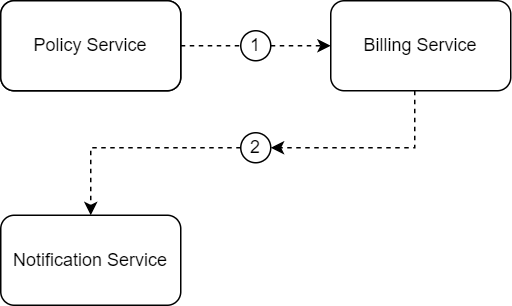
danieland2606/Bachelorprojekt keeps this draw.io diagram as EDA/UML/Architekturentscheidungen/VertragEmail/EDAVertragEmailLösung1.drawio.png. Above is the earlier version. Source tidied: cells renumbered, new cells last; positions are measured from the earlier drawing's top-left corner, leaving out a move shared by most shapes. Source of this version:
```xml
<mxGraphModel>
  <root>
    <mxCell id="0" />
    <mxCell id="1" parent="0" />
    <mxCell id="2" style="edgeStyle=orthogonalEdgeStyle;rounded=0;jettySize=auto;html=1;dashed=1;entryX=0.5;entryY=0;entryDx=0;entryDy=0;" parent="1" edge="1" source="8" target="5">
      <mxGeometry relative="1" as="geometry" />
    </mxCell>
    <mxCell id="3" style="edgeStyle=orthogonalEdgeStyle;rounded=0;jettySize=auto;html=1;dashed=1;" parent="1" edge="1" source="10" target="7">
      <mxGeometry relative="1" as="geometry" />
    </mxCell>
    <mxCell id="4" value="Policy Service" style="rounded=1;whiteSpace=wrap;html=1;" parent="1" vertex="1">
      <mxGeometry width="120" height="60" as="geometry" />
    </mxCell>
    <mxCell id="5" value="Notification Service" style="rounded=1;whiteSpace=wrap;html=1;" parent="1" vertex="1">
      <mxGeometry y="143" width="120" height="60" as="geometry" />
    </mxCell>
    <mxCell id="6" style="edgeStyle=orthogonalEdgeStyle;rounded=0;jettySize=auto;html=1;entryX=1;entryY=0.5;entryDx=0;entryDy=0;dashed=1;" parent="1" edge="1" source="7" target="8">
      <mxGeometry relative="1" as="geometry">
        <Array as="points">
          <mxPoint x="276" y="98" />
        </Array>
      </mxGeometry>
    </mxCell>
    <mxCell id="7" value="Billing Service" style="rounded=1;whiteSpace=wrap;html=1;" parent="1" vertex="1">
      <mxGeometry x="220" width="120" height="60" as="geometry" />
    </mxCell>
    <mxCell id="8" value="2" style="ellipse;whiteSpace=wrap;html=1;" parent="1" vertex="1">
      <mxGeometry x="160" y="88" width="20" height="20" as="geometry" />
    </mxCell>
    <mxCell id="9" style="edgeStyle=orthogonalEdgeStyle;rounded=0;jettySize=auto;html=1;dashed=1;endArrow=none;endFill=0;" parent="1" edge="1" source="4" target="10">
      <mxGeometry relative="1" as="geometry" />
    </mxCell>
    <mxCell id="10" value="1" style="ellipse;whiteSpace=wrap;html=1;" parent="1" vertex="1">
      <mxGeometry x="160" y="20" width="20" height="20" as="geometry" />
    </mxCell>
    <mxCell id="11" value="Policy Service" style="rounded=1;whiteSpace=wrap;html=1;" parent="1" vertex="1">
      <mxGeometry width="120" height="60" as="geometry" />
    </mxCell>
  </root>
</mxGraphModel>
```
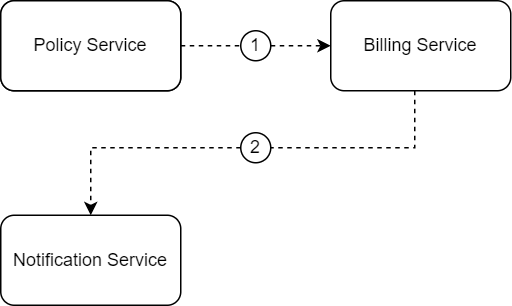
Above is the later version.

Commit message:
Pfeil entfernt

Change to the diagram source:
```diff
@@ -14,7 +14,7 @@
     <mxCell id="5" value="Notification Service" style="rounded=1;whiteSpace=wrap;html=1;" parent="1" vertex="1">
       <mxGeometry y="143" width="120" height="60" as="geometry" />
     </mxCell>
-    <mxCell id="6" style="edgeStyle=orthogonalEdgeStyle;rounded=0;jettySize=auto;html=1;entryX=1;entryY=0.5;entryDx=0;entryDy=0;dashed=1;" parent="1" edge="1" source="7" target="8">
+    <mxCell id="6" style="edgeStyle=orthogonalEdgeStyle;rounded=0;jettySize=auto;html=1;entryX=1;entryY=0.5;entryDx=0;entryDy=0;dashed=1;endArrow=none;endFill=0;" parent="1" edge="1" source="7" target="8">
       <mxGeometry relative="1" as="geometry">
         <Array as="points">
           <mxPoint x="276" y="98" />
```
